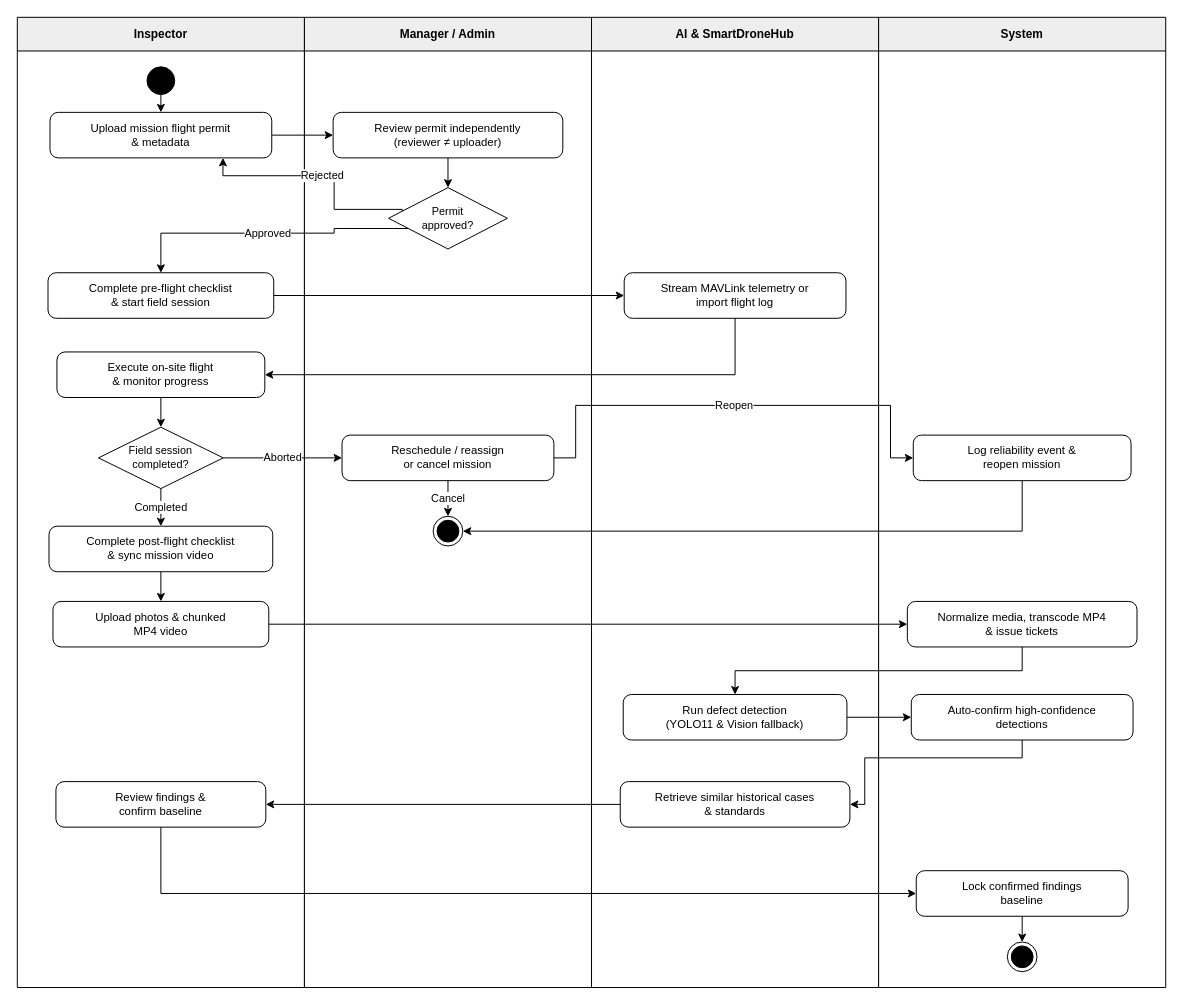
This is page "MF3 - Permit, Field & AI" (4 of 5) of diagrams/smartdrone-activity-diagrams.drawio from tungbach12/SmartDroneInspection-Docs, a draw.io file, before an edit. Source tidied: cells renumbered, new cells numbered last; positions are measured from the earlier drawing's top-left corner, leaving out a move shared by most shapes. Both pictures are drawn from the tidied source at 99%, with x=0, y=0 at pixel (17, 17).
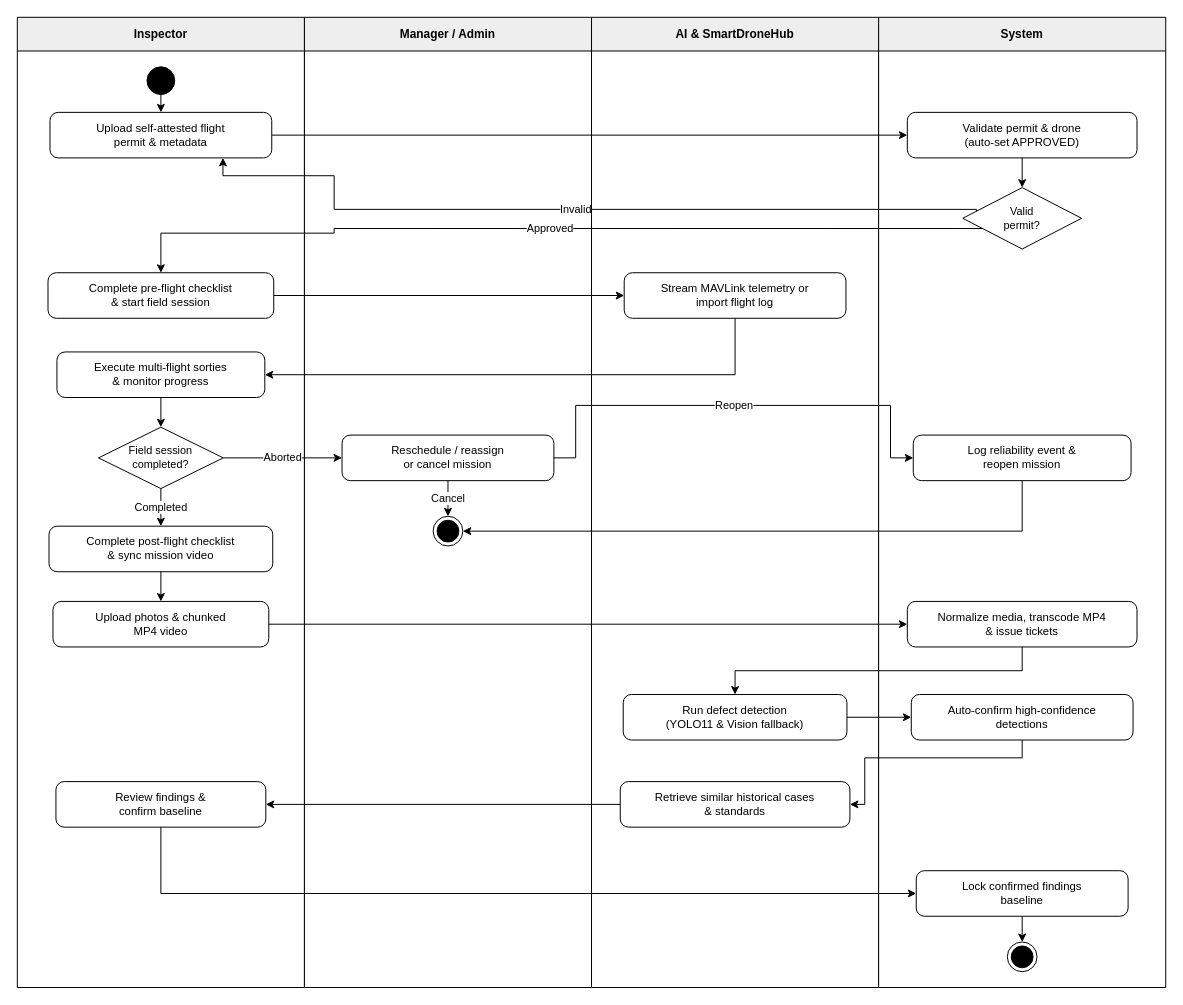
Above is the later version.

The edit, as a diff of the source:
```diff
@@
-    <mxCell id="7" value="Upload mission flight permit&lt;br&gt;&amp;amp; metadata" style="rounded=1;whiteSpace=wrap;html=1;arcSize=18;fillColor=#FFFFFF;strokeColor=#000000;strokeWidth=1;fontColor=#000000;fontSize=11.5;fontFamily=Helvetica;align=center;verticalAlign=middle;spacingLeft=8;spacingRight=8;" parent="1" vertex="1">
+    <mxCell id="7" value="Upload self-attested flight&lt;br&gt;permit &amp;amp; metadata" style="rounded=1;whiteSpace=wrap;html=1;arcSize=18;fillColor=#FFFFFF;strokeColor=#000000;strokeWidth=1;fontColor=#000000;fontSize=11.5;fontFamily=Helvetica;align=center;verticalAlign=middle;spacingLeft=8;spacingRight=8;" parent="1" vertex="1">
       <mxGeometry x="33" y="96" width="224" height="46" as="geometry" />
     </mxCell>
-    <mxCell id="8" value="Review permit independently&lt;br&gt;(reviewer &amp;#8800; uploader)" style="rounded=1;whiteSpace=wrap;html=1;arcSize=18;fillColor=#FFFFFF;strokeColor=#000000;strokeWidth=1;fontColor=#000000;fontSize=11.5;fontFamily=Helvetica;align=center;verticalAlign=middle;spacingLeft=8;spacingRight=8;" parent="1" vertex="1">
-      <mxGeometry x="319" y="96" width="232" height="46" as="geometry" />
+    <mxCell id="8" value="Validate permit &amp;amp; drone&lt;br&gt;(auto-set APPROVED)" style="rounded=1;whiteSpace=wrap;html=1;arcSize=18;fillColor=#FFFFFF;strokeColor=#000000;strokeWidth=1;fontColor=#000000;fontSize=11.5;fontFamily=Helvetica;align=center;verticalAlign=middle;spacingLeft=8;spacingRight=8;" parent="1" vertex="1">
+      <mxGeometry x="899" y="96" width="232" height="46" as="geometry" />
     </mxCell>
-    <mxCell id="9" value="Permit&lt;br&gt;approved?" style="rhombus;whiteSpace=wrap;html=1;fillColor=#FFFFFF;strokeColor=#000000;strokeWidth=1;fontColor=#000000;fontSize=11;fontFamily=Helvetica;align=center;verticalAlign=middle;" parent="1" vertex="1">
-      <mxGeometry x="375" y="172" width="120" height="62" as="geometry" />
+    <mxCell id="9" value="Valid&lt;br&gt;permit?" style="rhombus;whiteSpace=wrap;html=1;fillColor=#FFFFFF;strokeColor=#000000;strokeWidth=1;fontColor=#000000;fontSize=11;fontFamily=Helvetica;align=center;verticalAlign=middle;" parent="1" vertex="1">
+      <mxGeometry x="955" y="172" width="120" height="62" as="geometry" />
     </mxCell>
@@
-    <mxCell id="12" value="Execute on-site flight&lt;br&gt;&amp;amp; monitor progress" style="rounded=1;whiteSpace=wrap;html=1;arcSize=18;fillColor=#FFFFFF;strokeColor=#000000;strokeWidth=1;fontColor=#000000;fontSize=11.5;fontFamily=Helvetica;align=center;verticalAlign=middle;spacingLeft=8;spacingRight=8;" parent="1" vertex="1">
+    <mxCell id="12" value="Execute multi-flight sorties&lt;br&gt;&amp;amp; monitor progress" style="rounded=1;whiteSpace=wrap;html=1;arcSize=18;fillColor=#FFFFFF;strokeColor=#000000;strokeWidth=1;fontColor=#000000;fontSize=11.5;fontFamily=Helvetica;align=center;verticalAlign=middle;spacingLeft=8;spacingRight=8;" parent="1" vertex="1">
       <mxGeometry x="40" y="338" width="210" height="46" as="geometry" />
     </mxCell>
@@
-    <mxCell id="29" value="Rejected" style="edgeStyle=orthogonalEdgeStyle;rounded=0;jettySize=auto;html=1;strokeColor=#000000;strokeWidth=1;endArrow=classic;endFill=1;fontColor=#000000;fontSize=11;fontFamily=Helvetica;labelBackgroundColor=#FFFFFF;exitX=0;exitY=0.35;exitDx=0;exitDy=0;entryX=0.78;entryY=1;entryDx=0;entryDy=0;" parent="1" edge="1" source="9" target="7">
+    <mxCell id="29" value="Invalid" style="edgeStyle=orthogonalEdgeStyle;rounded=0;jettySize=auto;html=1;strokeColor=#000000;strokeWidth=1;endArrow=classic;endFill=1;fontColor=#000000;fontSize=11;fontFamily=Helvetica;labelBackgroundColor=#FFFFFF;exitX=0;exitY=0.35;exitDx=0;exitDy=0;entryX=0.78;entryY=1;entryDx=0;entryDy=0;" parent="1" edge="1" source="9" target="7">
       <mxGeometry relative="1" as="geometry">
         <Array as="points">
           <mxPoint x="320" y="194" />
           <mxPoint x="320" y="160" />
           <mxPoint x="208" y="160" />
         </Array>
       </mxGeometry>
     </mxCell>
```
